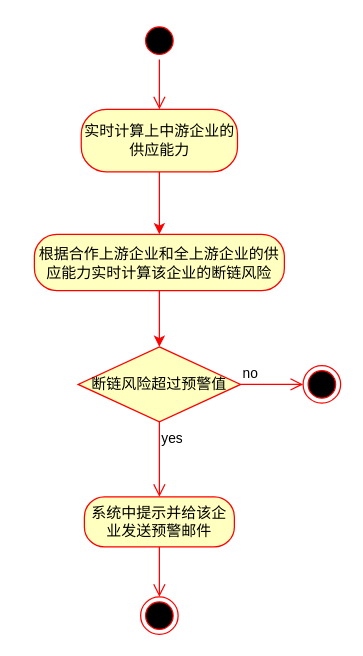
2919282119/charts keeps this draw.io diagram as 毕设/断链风险预警活动图.drawio. Above is the earlier version. Source tidied: cells renumbered, new cells numbered last; positions are measured from the earlier drawing's top-left corner, leaving out a move shared by most shapes. Both pictures are drawn from the tidied source at 125%, with x=0, y=0 at pixel (34, 21).
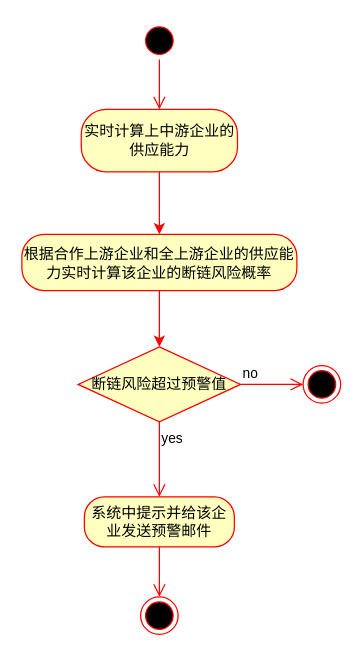
After the change.

Commit message (it also covers changes not shown here):
更新断链风险预警活动图.drawio

Change to the diagram source:
```diff
@@
 <mxGraphModel>
   <root>
     <mxCell id="0" />
     <mxCell id="1" parent="0" />
     <mxCell id="2" style="ellipse;html=1;shape=startState;fillColor=#000000;strokeColor=#ff0000;" parent="1" vertex="1">
       <mxGeometry x="85" width="30" height="30" as="geometry" />
     </mxCell>
     <mxCell id="3" style="edgeStyle=orthogonalEdgeStyle;html=1;verticalAlign=bottom;endArrow=open;endSize=8;strokeColor=#ff0000;rounded=0;entryX=0.5;entryY=0;entryDx=0;entryDy=0;" parent="1" edge="1" source="2" target="5">
       <mxGeometry relative="1" as="geometry" />
     </mxCell>
     <mxCell id="4" style="edgeStyle=orthogonalEdgeStyle;rounded=0;jettySize=auto;html=1;strokeColor=#FF0000;" parent="1" edge="1" source="5" target="7">
       <mxGeometry relative="1" as="geometry" />
     </mxCell>
     <mxCell id="5" value="实时计算上中游企业的供应能力" style="rounded=1;whiteSpace=wrap;html=1;arcSize=40;fontColor=#000000;fillColor=#ffffc0;strokeColor=#ff0000;" parent="1" vertex="1">
       <mxGeometry x="37.5" y="70" width="125" height="50" as="geometry" />
     </mxCell>
     <mxCell id="6" style="edgeStyle=orthogonalEdgeStyle;rounded=0;jettySize=auto;html=1;entryX=0.5;entryY=0;entryDx=0;entryDy=0;strokeColor=#FF0000;" parent="1" edge="1" source="7" target="8">
       <mxGeometry relative="1" as="geometry" />
     </mxCell>
-    <mxCell id="7" value="根据合作上游企业和全上游企业的供应能力实时计算该企业的断链风险" style="whiteSpace=wrap;html=1;fillColor=#ffffc0;strokeColor=#ff0000;fontColor=#000000;rounded=1;arcSize=40;" parent="1" vertex="1">
-      <mxGeometry y="170" width="200" height="45" as="geometry" />
+    <mxCell id="7" value="根据合作上游企业和全上游企业的供应能力实时计算该企业的断链风险概率" style="whiteSpace=wrap;html=1;fillColor=#ffffc0;strokeColor=#ff0000;fontColor=#000000;rounded=1;arcSize=40;" parent="1" vertex="1">
+      <mxGeometry x="-10" y="170" width="220" height="45" as="geometry" />
     </mxCell>
     <mxCell id="8" value="断链风险超过预警值" style="rhombus;whiteSpace=wrap;html=1;fontColor=#000000;fillColor=#ffffc0;strokeColor=#ff0000;" parent="1" vertex="1">
       <mxGeometry x="35" y="260" width="130" height="60" as="geometry" />
     </mxCell>
     <mxCell id="9" value="no" style="edgeStyle=orthogonalEdgeStyle;html=1;align=left;verticalAlign=bottom;endArrow=open;endSize=8;strokeColor=#ff0000;rounded=0;entryX=0;entryY=0.5;entryDx=0;entryDy=0;" parent="1" edge="1" source="8" target="11">
       <mxGeometry x="-1" relative="1" as="geometry" />
     </mxCell>
     <mxCell id="10" value="yes" style="edgeStyle=orthogonalEdgeStyle;html=1;align=left;verticalAlign=top;endArrow=open;endSize=8;strokeColor=#ff0000;rounded=0;entryX=0.5;entryY=0;entryDx=0;entryDy=0;" parent="1" edge="1" source="8" target="12">
       <mxGeometry x="-1" relative="1" as="geometry" />
     </mxCell>
     <mxCell id="11" style="ellipse;html=1;shape=endState;fillColor=#000000;strokeColor=#ff0000;" parent="1" vertex="1">
       <mxGeometry x="215" y="275" width="30" height="30" as="geometry" />
     </mxCell>
     <mxCell id="12" value="系统中提示并给该企业发送预警邮件" style="rounded=1;whiteSpace=wrap;html=1;arcSize=40;fontColor=#000000;fillColor=#ffffc0;strokeColor=#ff0000;" parent="1" vertex="1">
       <mxGeometry x="40" y="380" width="120" height="40" as="geometry" />
     </mxCell>
     <mxCell id="13" style="edgeStyle=orthogonalEdgeStyle;html=1;verticalAlign=bottom;endArrow=open;endSize=8;strokeColor=#ff0000;rounded=0;entryX=0.5;entryY=0;entryDx=0;entryDy=0;" parent="1" edge="1" source="12" target="14">
       <mxGeometry relative="1" as="geometry" />
     </mxCell>
     <mxCell id="14" style="ellipse;html=1;shape=endState;fillColor=#000000;strokeColor=#ff0000;" parent="1" vertex="1">
       <mxGeometry x="85" y="460" width="30" height="30" as="geometry" />
     </mxCell>
   </root>
 </mxGraphModel>
```
